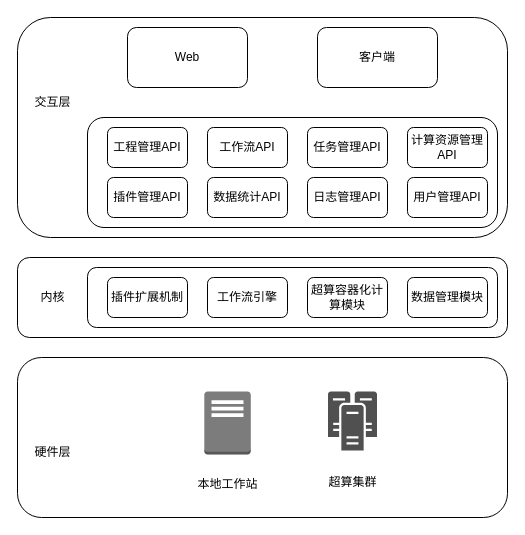
Earlier version of the draw.io diagram workflow.drawio (Fruneng/drawio-storage). Source tidied: cells renumbered, new cells numbered last; positions are measured from the earlier drawing's top-left corner, leaving out a move shared by most shapes. Both pictures are drawn from the tidied source at 100%, with x=0, y=0 at pixel (17, 17).
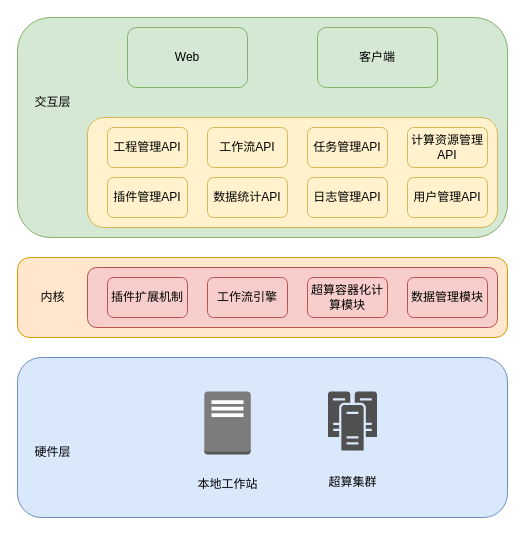
After the change.

Diff of the diagram source:
```diff
@@
-    <mxCell id="2" style="rounded=1;whiteSpace=wrap;html=1;" parent="1" vertex="1">
+    <mxCell id="2" style="rounded=1;whiteSpace=wrap;html=1;fillColor=#d5e8d4;strokeColor=#82b366;" parent="1" vertex="1">
       <mxGeometry width="490" height="220" as="geometry" />
     </mxCell>
-    <mxCell id="3" style="rounded=1;whiteSpace=wrap;html=1;" parent="1" vertex="1">
+    <mxCell id="3" style="rounded=1;whiteSpace=wrap;html=1;fillColor=#fff2cc;strokeColor=#d6b656;" parent="1" vertex="1">
       <mxGeometry x="70" y="100" width="410" height="110" as="geometry" />
     </mxCell>
@@
-    <mxCell id="5" value="工作流API" style="rounded=1;whiteSpace=wrap;html=1;" parent="1" vertex="1">
+    <mxCell id="5" value="工作流API" style="rounded=1;whiteSpace=wrap;html=1;fillColor=#fff2cc;strokeColor=#d6b656;" parent="1" vertex="1">
       <mxGeometry x="190" y="110" width="80" height="40" as="geometry" />
     </mxCell>
-    <mxCell id="6" value="&lt;span id=&quot;docs-internal-guid-9167f443-7fff-0bc8-a4bc-838c0dcd0c80&quot;&gt;&lt;/span&gt;插件管理API" style="rounded=1;whiteSpace=wrap;html=1;" parent="1" vertex="1">
+    <mxCell id="6" value="&lt;span id=&quot;docs-internal-guid-9167f443-7fff-0bc8-a4bc-838c0dcd0c80&quot;&gt;&lt;/span&gt;插件管理API" style="rounded=1;whiteSpace=wrap;html=1;fillColor=#fff2cc;strokeColor=#d6b656;" parent="1" vertex="1">
       <mxGeometry x="90" y="160" width="80" height="40" as="geometry" />
     </mxCell>
-    <mxCell id="7" value="Web" style="rounded=1;whiteSpace=wrap;html=1;" parent="1" vertex="1">
+    <mxCell id="7" value="Web" style="rounded=1;whiteSpace=wrap;html=1;fillColor=#d5e8d4;strokeColor=#82b366;" parent="1" vertex="1">
       <mxGeometry x="110" y="10" width="120" height="60" as="geometry" />
     </mxCell>
-    <mxCell id="8" value="客户端" style="rounded=1;whiteSpace=wrap;html=1;" parent="1" vertex="1">
+    <mxCell id="8" value="客户端" style="rounded=1;whiteSpace=wrap;html=1;fillColor=#d5e8d4;strokeColor=#82b366;" parent="1" vertex="1">
       <mxGeometry x="300" y="10" width="120" height="60" as="geometry" />
     </mxCell>
-    <mxCell id="9" value="工程管理API" style="rounded=1;whiteSpace=wrap;html=1;" parent="1" vertex="1">
+    <mxCell id="9" value="工程管理API" style="rounded=1;whiteSpace=wrap;html=1;fillColor=#fff2cc;strokeColor=#d6b656;" parent="1" vertex="1">
       <mxGeometry x="90" y="110" width="80" height="40" as="geometry" />
     </mxCell>
-    <mxCell id="10" value="&lt;span id=&quot;docs-internal-guid-b78f5eb9-7fff-38b9-a81d-35460a2a63e1&quot;&gt;&lt;/span&gt;&lt;span id=&quot;docs-internal-guid-b78f5eb9-7fff-38b9-a81d-35460a2a63e1&quot;&gt;&lt;/span&gt;&lt;span id=&quot;docs-internal-guid-6e97094f-7fff-65f8-c591-af80082fb2ff&quot;&gt;&lt;/span&gt;&lt;span id=&quot;docs-internal-guid-6e97094f-7fff-65f8-c591-af80082fb2ff&quot;&gt;&lt;/span&gt;&lt;span id=&quot;docs-internal-guid-6e97094f-7fff-65f8-c591-af80082fb2ff&quot;&gt;&lt;/span&gt;&lt;span id=&quot;docs-internal-guid-6e97094f-7fff-65f8-c591-af80082fb2ff&quot;&gt;&lt;/span&gt;&lt;span id=&quot;docs-internal-guid-6e97094f-7fff-65f8-c591-af80082fb2ff&quot;&gt;&lt;/span&gt;&lt;span id=&quot;docs-internal-guid-6e97094f-7fff-65f8-c591-af80082fb2ff&quot;&gt;&lt;/span&gt;计算资源管理API" style="rounded=1;whiteSpace=wrap;html=1;" parent="1" vertex="1">
+    <mxCell id="10" value="&lt;span id=&quot;docs-internal-guid-b78f5eb9-7fff-38b9-a81d-35460a2a63e1&quot;&gt;&lt;/span&gt;&lt;span id=&quot;docs-internal-guid-b78f5eb9-7fff-38b9-a81d-35460a2a63e1&quot;&gt;&lt;/span&gt;&lt;span id=&quot;docs-internal-guid-6e97094f-7fff-65f8-c591-af80082fb2ff&quot;&gt;&lt;/span&gt;&lt;span id=&quot;docs-internal-guid-6e97094f-7fff-65f8-c591-af80082fb2ff&quot;&gt;&lt;/span&gt;&lt;span id=&quot;docs-internal-guid-6e97094f-7fff-65f8-c591-af80082fb2ff&quot;&gt;&lt;/span&gt;&lt;span id=&quot;docs-internal-guid-6e97094f-7fff-65f8-c591-af80082fb2ff&quot;&gt;&lt;/span&gt;&lt;span id=&quot;docs-internal-guid-6e97094f-7fff-65f8-c591-af80082fb2ff&quot;&gt;&lt;/span&gt;&lt;span id=&quot;docs-internal-guid-6e97094f-7fff-65f8-c591-af80082fb2ff&quot;&gt;&lt;/span&gt;计算资源管理API" style="rounded=1;whiteSpace=wrap;html=1;fillColor=#fff2cc;strokeColor=#d6b656;" parent="1" vertex="1">
       <mxGeometry x="390" y="110" width="80" height="40" as="geometry" />
     </mxCell>
-    <mxCell id="11" value="数据统计API" style="rounded=1;whiteSpace=wrap;html=1;" parent="1" vertex="1">
+    <mxCell id="11" value="数据统计API" style="rounded=1;whiteSpace=wrap;html=1;fillColor=#fff2cc;strokeColor=#d6b656;" parent="1" vertex="1">
       <mxGeometry x="190" y="160" width="80" height="40" as="geometry" />
     </mxCell>
-    <mxCell id="12" value="任务管理API" style="rounded=1;whiteSpace=wrap;html=1;" parent="1" vertex="1">
+    <mxCell id="12" value="任务管理API" style="rounded=1;whiteSpace=wrap;html=1;fillColor=#fff2cc;strokeColor=#d6b656;" parent="1" vertex="1">
       <mxGeometry x="290" y="110" width="80" height="40" as="geometry" />
     </mxCell>
-    <mxCell id="13" value="日志管理API" style="rounded=1;whiteSpace=wrap;html=1;" parent="1" vertex="1">
+    <mxCell id="13" value="日志管理API" style="rounded=1;whiteSpace=wrap;html=1;fillColor=#fff2cc;strokeColor=#d6b656;" parent="1" vertex="1">
       <mxGeometry x="290" y="160" width="80" height="40" as="geometry" />
     </mxCell>
-    <mxCell id="14" value="用户管理API" style="rounded=1;whiteSpace=wrap;html=1;" parent="1" vertex="1">
+    <mxCell id="14" value="用户管理API" style="rounded=1;whiteSpace=wrap;html=1;fillColor=#fff2cc;strokeColor=#d6b656;" parent="1" vertex="1">
       <mxGeometry x="390" y="160" width="80" height="40" as="geometry" />
     </mxCell>
-    <mxCell id="15" style="rounded=1;whiteSpace=wrap;html=1;" parent="1" vertex="1">
+    <mxCell id="15" style="rounded=1;whiteSpace=wrap;html=1;fillColor=#ffe6cc;strokeColor=#d79b00;" parent="1" vertex="1">
       <mxGeometry y="240" width="490" height="80" as="geometry" />
     </mxCell>
@@
-    <mxCell id="17" style="rounded=1;whiteSpace=wrap;html=1;" parent="1" vertex="1">
+    <mxCell id="17" style="rounded=1;whiteSpace=wrap;html=1;fillColor=#f8cecc;strokeColor=#b85450;" parent="1" vertex="1">
       <mxGeometry x="70" y="250" width="410" height="60" as="geometry" />
     </mxCell>
-    <mxCell id="18" value="插件扩展机制" style="rounded=1;whiteSpace=wrap;html=1;" parent="1" vertex="1">
+    <mxCell id="18" value="插件扩展机制" style="rounded=1;whiteSpace=wrap;html=1;fillColor=#f8cecc;strokeColor=#b85450;" parent="1" vertex="1">
       <mxGeometry x="90" y="260" width="80" height="40" as="geometry" />
     </mxCell>
-    <mxCell id="19" value="超算容器化计算模块" style="rounded=1;whiteSpace=wrap;html=1;" parent="1" vertex="1">
+    <mxCell id="19" value="超算容器化计算模块" style="rounded=1;whiteSpace=wrap;html=1;fillColor=#f8cecc;strokeColor=#b85450;" parent="1" vertex="1">
       <mxGeometry x="290" y="260" width="80" height="40" as="geometry" />
     </mxCell>
-    <mxCell id="20" value="工作流引擎" style="rounded=1;whiteSpace=wrap;html=1;" parent="1" vertex="1">
+    <mxCell id="20" value="工作流引擎" style="rounded=1;whiteSpace=wrap;html=1;fillColor=#f8cecc;strokeColor=#b85450;" parent="1" vertex="1">
       <mxGeometry x="190" y="260" width="80" height="40" as="geometry" />
     </mxCell>
-    <mxCell id="21" value="数据管理模块" style="rounded=1;whiteSpace=wrap;html=1;" parent="1" vertex="1">
+    <mxCell id="21" value="数据管理模块" style="rounded=1;whiteSpace=wrap;html=1;fillColor=#f8cecc;strokeColor=#b85450;" parent="1" vertex="1">
       <mxGeometry x="390" y="260" width="80" height="40" as="geometry" />
     </mxCell>
-    <mxCell id="22" style="rounded=1;whiteSpace=wrap;html=1;" parent="1" vertex="1">
+    <mxCell id="22" style="rounded=1;whiteSpace=wrap;html=1;fillColor=#dae8fc;strokeColor=#6c8ebf;" parent="1" vertex="1">
       <mxGeometry y="340" width="490" height="160" as="geometry" />
     </mxCell>
```
